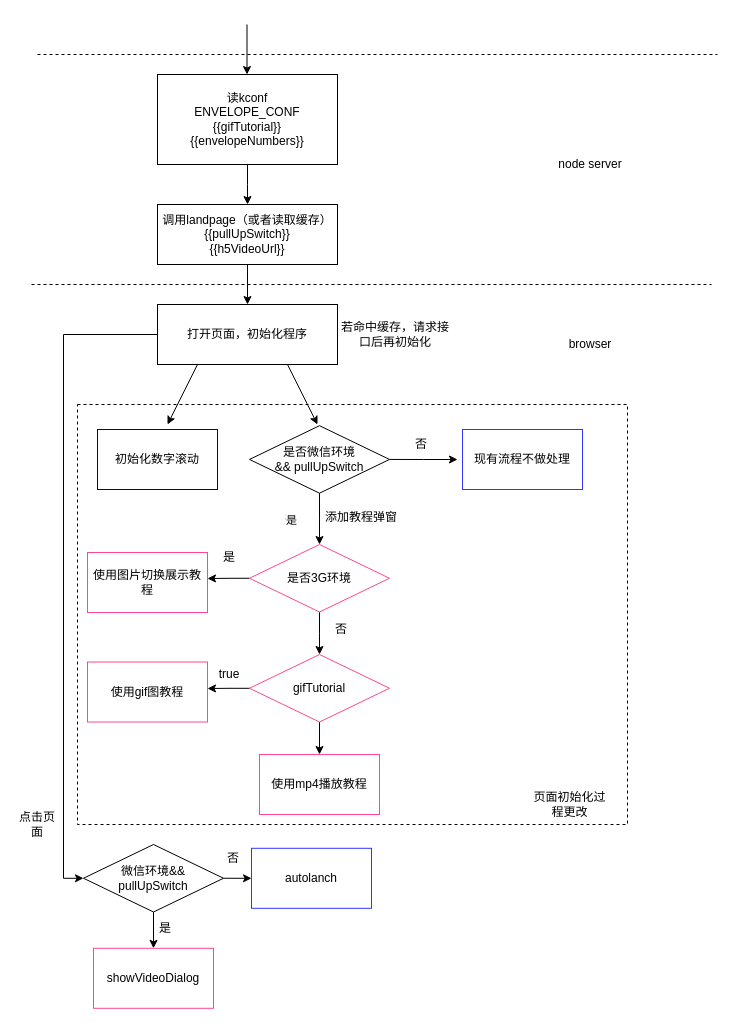
GitHubJian/netjs keeps this draw.io diagram as 更改设计方案.drawio. Above is the earlier version. Source tidied: cells renumbered, new cells numbered last; positions are measured from the earlier drawing's top-left corner, leaving out a move shared by most shapes. Both pictures are drawn from the tidied source at 100%, with x=0, y=0 at pixel (17, 24).
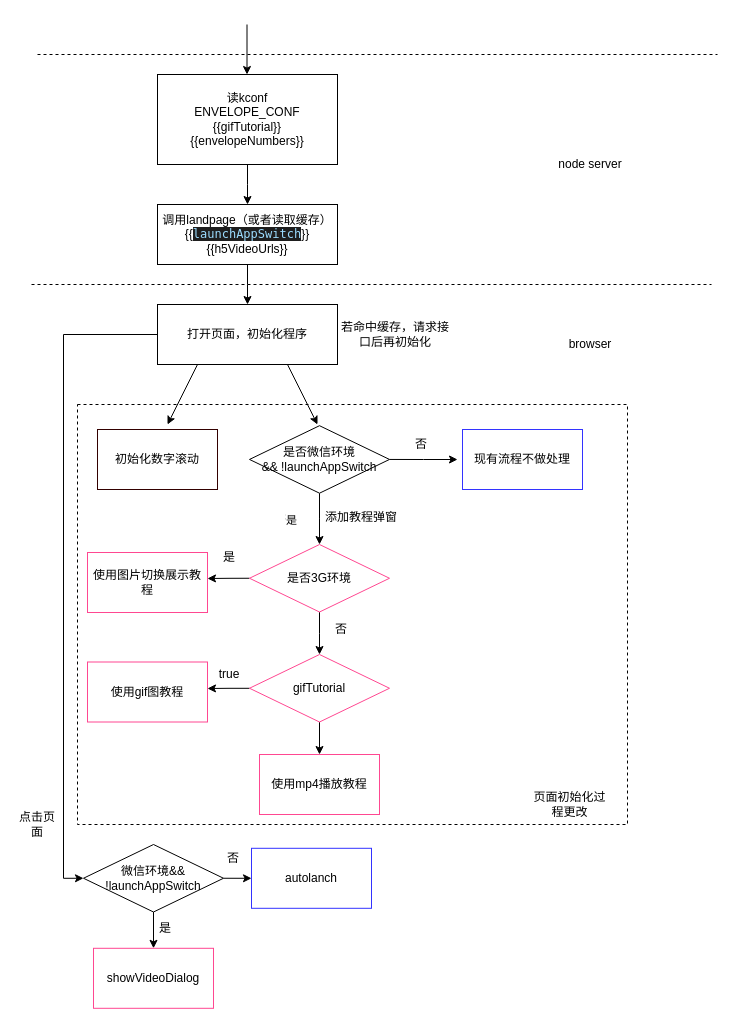
After the change.

Commit message:
更新更改设计方案.drawio

What changed in the source:
```diff
@@
-    <mxCell id="9" value="调用landpage（或者读取缓存）&lt;br&gt;{{pullUpSwitch}}&lt;br&gt;{{h5VideoUrl}}" style="rounded=0;whiteSpace=wrap;html=1;" parent="1" vertex="1">
+    <mxCell id="9" value="调用landpage（或者读取缓存）&lt;br&gt;{{&lt;span style=&quot;color: rgb(156 , 220 , 254) ; background-color: rgb(30 , 30 , 30) ; font-family: &amp;#34;menlo&amp;#34; , &amp;#34;monaco&amp;#34; , &amp;#34;courier new&amp;#34; , monospace&quot;&gt;launchAppSwitch&lt;/span&gt;&lt;span&gt;}}&lt;/span&gt;&lt;br&gt;{{h5VideoUrls}}" style="rounded=0;whiteSpace=wrap;html=1;" parent="1" vertex="1">
       <mxGeometry x="140" y="180" width="180" height="60" as="geometry" />
     </mxCell>
@@
-    <mxCell id="19" value="是否微信环境&lt;br&gt;&amp;amp;&amp;amp; pullUpSwitch" style="rhombus;whiteSpace=wrap;html=1;" parent="1" vertex="1">
+    <mxCell id="19" value="是否微信环境&lt;br&gt;&amp;amp;&amp;amp; !launchAppSwitch" style="rhombus;whiteSpace=wrap;html=1;" parent="1" vertex="1">
       <mxGeometry x="232" y="401.2" width="140" height="67.5" as="geometry" />
     </mxCell>
@@
-    <mxCell id="37" value="微信环境&amp;amp;&amp;amp;&lt;br&gt;pullUpSwitch" style="rhombus;whiteSpace=wrap;html=1;" parent="1" vertex="1">
+    <mxCell id="37" value="微信环境&amp;amp;&amp;amp;&lt;br&gt;!launchAppSwitch" style="rhombus;whiteSpace=wrap;html=1;" parent="1" vertex="1">
       <mxGeometry x="66" y="820" width="140" height="67.5" as="geometry" />
     </mxCell>
```
